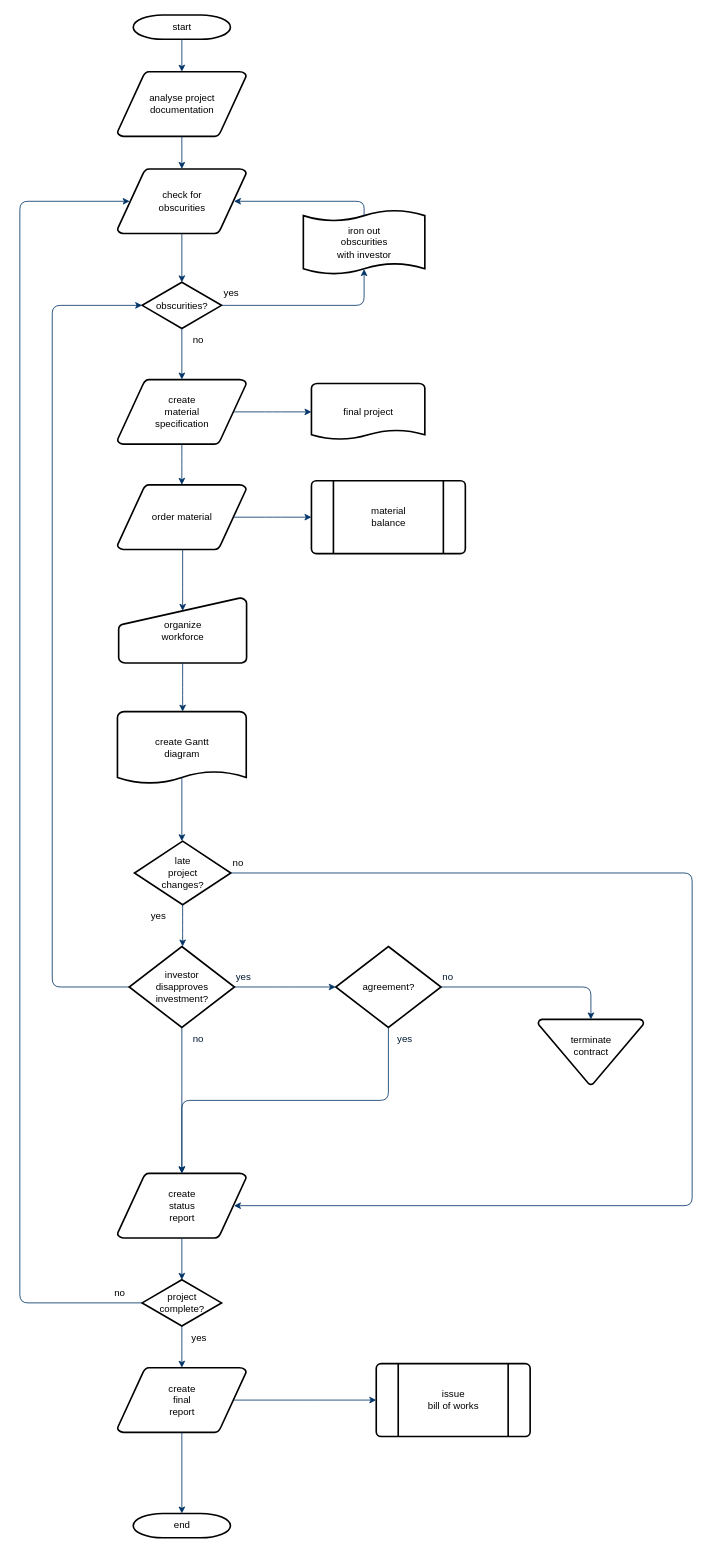
This is 系统恢复方案-应急响应流程.drawio from DeanTuYu/DrawIo, a draw.io file, before an edit. Source tidied: cells renumbered, new cells numbered last; positions are measured from the earlier drawing's top-left corner, leaving out a move shared by most shapes. Both pictures are drawn from the tidied source at 81%, with x=0, y=0 at pixel (19, 15).
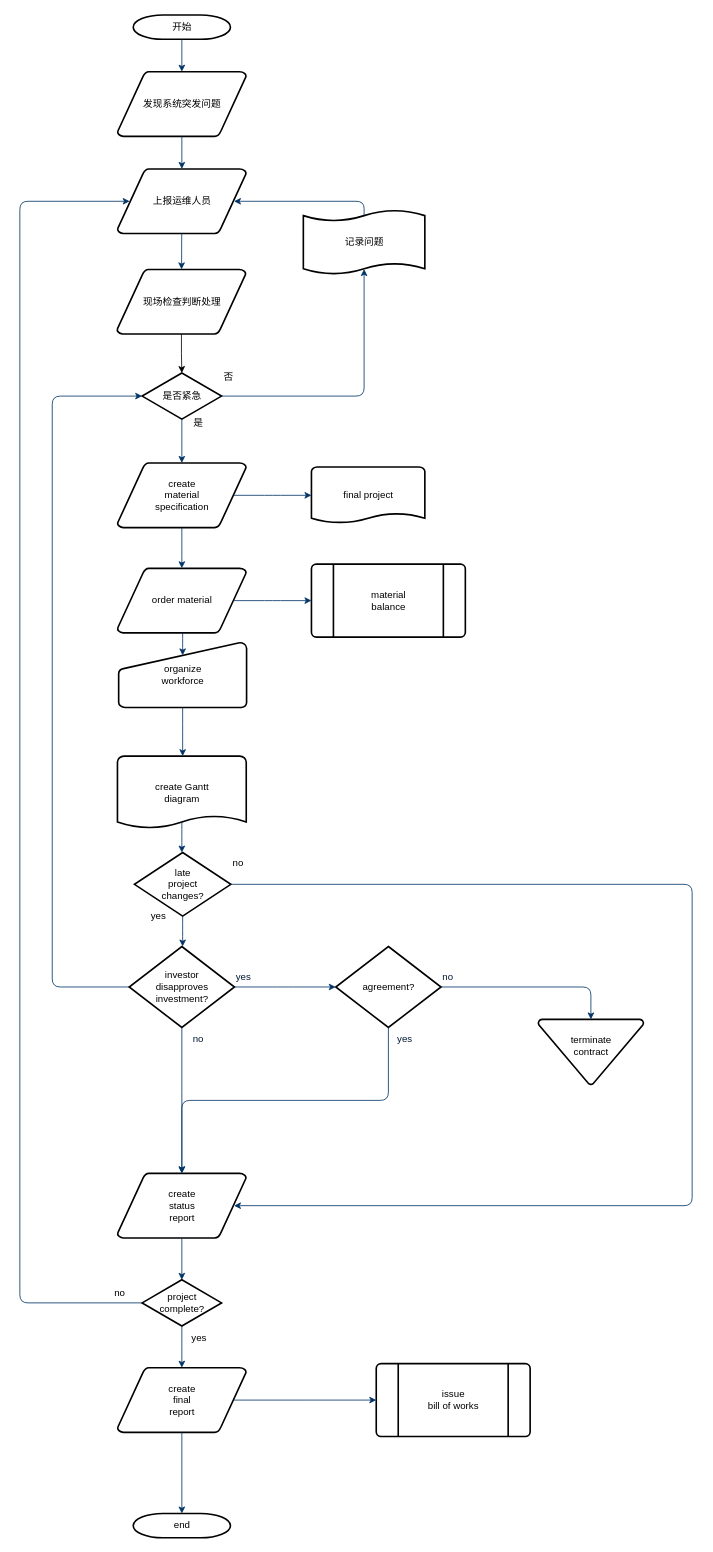
The same page after the edit.

Commit message (it also covers changes not shown here):
Update 系统恢复方案-应急响应流程.drawio

What changed in the source:
```diff
@@
-    <mxCell id="2" value="start" style="shape=mxgraph.flowchart.terminator;strokeWidth=2;gradientColor=none;gradientDirection=north;fontStyle=0;html=1;" parent="1" vertex="1">
+    <mxCell id="2" value="开始" style="shape=mxgraph.flowchart.terminator;strokeWidth=2;gradientColor=none;gradientDirection=north;fontStyle=0;html=1;" parent="1" vertex="1">
       <mxGeometry x="140" width="120" height="30" as="geometry" />
     </mxCell>
-    <mxCell id="3" value="analyse project&#10; documentation" style="shape=mxgraph.flowchart.data;strokeWidth=2;gradientColor=none;gradientDirection=north;fontStyle=0;html=1;" parent="1" vertex="1">
+    <mxCell id="3" value="发现系统突发问题" style="shape=mxgraph.flowchart.data;strokeWidth=2;gradientColor=none;gradientDirection=north;fontStyle=0;html=1;" parent="1" vertex="1">
       <mxGeometry x="120.5" y="70" width="159" height="80" as="geometry" />
     </mxCell>
     <mxCell id="4" value="create&#10;material&#10;specification" style="shape=mxgraph.flowchart.data;strokeWidth=2;gradientColor=none;gradientDirection=north;fontStyle=0;html=1;" parent="1" vertex="1">
-      <mxGeometry x="120.5" y="450" width="159" height="80" as="geometry" />
+      <mxGeometry x="120.5" y="553" width="159" height="80" as="geometry" />
     </mxCell>
-    <mxCell id="5" value="check for&#10;obscurities" style="shape=mxgraph.flowchart.data;strokeWidth=2;gradientColor=none;gradientDirection=north;fontStyle=0;html=1;" parent="1" vertex="1">
+    <mxCell id="5" value="上报运维人员" style="shape=mxgraph.flowchart.data;strokeWidth=2;gradientColor=none;gradientDirection=north;fontStyle=0;html=1;" parent="1" vertex="1">
       <mxGeometry x="120.5" y="190" width="159" height="80" as="geometry" />
     </mxCell>
-    <mxCell id="6" value="obscurities?" style="shape=mxgraph.flowchart.decision;strokeWidth=2;gradientColor=none;gradientDirection=north;fontStyle=0;html=1;" parent="1" vertex="1">
-      <mxGeometry x="151" y="330" width="98" height="57" as="geometry" />
+    <mxCell id="6" value="是否紧急" style="shape=mxgraph.flowchart.decision;strokeWidth=2;gradientColor=none;gradientDirection=north;fontStyle=0;html=1;" parent="1" vertex="1">
+      <mxGeometry x="151" y="442" width="98" height="57" as="geometry" />
     </mxCell>
@@
-    <mxCell id="9" style="entryX=0.5;entryY=0;entryPerimeter=0;fontStyle=1;strokeColor=#003366;strokeWidth=1;html=1;" parent="1" edge="1" source="5" target="6">
+    <mxCell id="9" style="fontStyle=1;strokeColor=#003366;strokeWidth=1;html=1;" parent="1" edge="1" source="5" target="57">
       <mxGeometry relative="1" as="geometry" />
     </mxCell>
@@
-    <mxCell id="11" value="yes" style="text;fontStyle=0;html=1;strokeColor=none;gradientColor=none;fillColor=none;strokeWidth=2;" parent="1" vertex="1">
-      <mxGeometry x="250" y="330" width="40" height="26" as="geometry" />
+    <mxCell id="11" value="否" style="text;fontStyle=0;html=1;strokeColor=none;gradientColor=none;fillColor=none;strokeWidth=2;" parent="1" vertex="1">
+      <mxGeometry x="250" y="433" width="40" height="26" as="geometry" />
     </mxCell>
     <mxCell id="12" style="edgeStyle=elbowEdgeStyle;elbow=horizontal;fontColor=#001933;fontStyle=1;strokeColor=#003366;strokeWidth=1;html=1;" parent="1" edge="1" source="6" target="4">
-      <mxGeometry as="geometry" />
+      <mxGeometry y="103" as="geometry" />
     </mxCell>
     <mxCell id="13" value="order material" style="shape=mxgraph.flowchart.data;strokeWidth=2;gradientColor=none;gradientDirection=north;fontStyle=0;html=1;" parent="1" vertex="1">
-      <mxGeometry x="120.5" y="580" width="159" height="80" as="geometry" />
+      <mxGeometry x="120.5" y="683" width="159" height="80" as="geometry" />
     </mxCell>
-    <mxCell id="14" value="no" style="text;fontStyle=0;html=1;strokeColor=none;gradientColor=none;fillColor=none;strokeWidth=2;align=center;" parent="1" vertex="1">
-      <mxGeometry x="200" y="387" width="40" height="26" as="geometry" />
+    <mxCell id="14" value="是" style="text;fontStyle=0;html=1;strokeColor=none;gradientColor=none;fillColor=none;strokeWidth=2;align=center;" parent="1" vertex="1">
+      <mxGeometry x="200" y="490" width="40" height="26" as="geometry" />
     </mxCell>
     <mxCell id="15" value="final project" style="shape=mxgraph.flowchart.document;strokeWidth=2;gradientColor=none;gradientDirection=north;fontStyle=0;html=1;" parent="1" vertex="1">
-      <mxGeometry x="360" y="455" width="140" height="70" as="geometry" />
+      <mxGeometry x="360" y="558" width="140" height="70" as="geometry" />
     </mxCell>
     <mxCell id="16" style="edgeStyle=elbowEdgeStyle;elbow=horizontal;exitX=0.905;exitY=0.5;exitPerimeter=0;fontStyle=1;strokeColor=#003366;strokeWidth=1;html=1;" parent="1" edge="1" source="4" target="15">
-      <mxGeometry as="geometry" />
+      <mxGeometry y="103" as="geometry" />
     </mxCell>
     <mxCell id="17" style="edgeStyle=elbowEdgeStyle;elbow=horizontal;fontStyle=1;strokeColor=#003366;strokeWidth=1;html=1;" parent="1" edge="1" source="4" target="13">
-      <mxGeometry as="geometry" />
+      <mxGeometry y="103" as="geometry" />
     </mxCell>
     <mxCell id="18" value="material&#10;balance" style="shape=mxgraph.flowchart.predefined_process;strokeWidth=2;gradientColor=none;gradientDirection=north;fontStyle=0;html=1;" parent="1" vertex="1">
-      <mxGeometry x="360" y="575" width="190" height="90" as="geometry" />
+      <mxGeometry x="360" y="678" width="190" height="90" as="geometry" />
     </mxCell>
     <mxCell id="19" style="edgeStyle=elbowEdgeStyle;elbow=horizontal;exitX=0.905;exitY=0.5;exitPerimeter=0;fontStyle=1;strokeColor=#003366;strokeWidth=1;html=1;" parent="1" edge="1" source="13" target="18">
-      <mxGeometry as="geometry" />
+      <mxGeometry y="103" as="geometry" />
     </mxCell>
     <mxCell id="20" value="organize &#10;workforce" style="shape=mxgraph.flowchart.manual_input;strokeWidth=2;gradientColor=none;gradientDirection=north;fontStyle=0;html=1;" parent="1" vertex="1">
-      <mxGeometry x="122" y="720" width="158" height="80" as="geometry" />
+      <mxGeometry x="122" y="775" width="158" height="80" as="geometry" />
     </mxCell>
@@
     <mxCell id="22" value="create Gantt&#10;diagram" style="shape=mxgraph.flowchart.document;strokeWidth=2;gradientColor=none;gradientDirection=north;fontStyle=0;html=1;" parent="1" vertex="1">
-      <mxGeometry x="120.5" y="860" width="159" height="90" as="geometry" />
+      <mxGeometry x="120.5" y="915" width="159" height="90" as="geometry" />
     </mxCell>
     <mxCell id="23" style="edgeStyle=elbowEdgeStyle;elbow=horizontal;exitX=0.5;exitY=1;exitPerimeter=0;fontStyle=1;strokeColor=#003366;strokeWidth=1;html=1;" parent="1" edge="1" source="20" target="22">
-      <mxGeometry as="geometry" />
+      <mxGeometry y="55" as="geometry" />
     </mxCell>
     <mxCell id="24" value="late&#10;project&#10;changes?" style="shape=mxgraph.flowchart.decision;strokeWidth=2;gradientColor=none;gradientDirection=north;fontStyle=0;html=1;" parent="1" vertex="1">
-      <mxGeometry x="141.5" y="1020" width="119" height="78.5" as="geometry" />
+      <mxGeometry x="141.5" y="1034" width="119" height="78.5" as="geometry" />
     </mxCell>
@@
-    <mxCell id="51" value="iron out&#10;obscurities &#10;with investor" style="shape=mxgraph.flowchart.paper_tape;strokeWidth=2;gradientColor=none;gradientDirection=north;fontStyle=0;html=1;" parent="1" vertex="1">
+    <mxCell id="51" value="记录问题" style="shape=mxgraph.flowchart.paper_tape;strokeWidth=2;gradientColor=none;gradientDirection=north;fontStyle=0;html=1;" parent="1" vertex="1">
       <mxGeometry x="350" y="240" width="150" height="81" as="geometry" />
     </mxCell>
@@
+    <mxCell id="56" style="edgeStyle=orthogonalEdgeStyle;rounded=0;jettySize=auto;html=1;" parent="1" edge="1" source="57" target="6">
+      <mxGeometry relative="1" as="geometry" />
+    </mxCell>
+    <mxCell id="57" value="现场检查判断处理" style="shape=mxgraph.flowchart.data;strokeWidth=2;gradientColor=none;gradientDirection=north;fontStyle=0;html=1;" parent="1" vertex="1">
+      <mxGeometry x="120" y="314" width="159" height="80" as="geometry" />
+    </mxCell>
```
